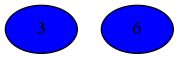
This is Compiler/1iGraph.png from mbajaj92/Project-Astoria, a Graphviz export, as it was before one commit. Its source is kept beside it as Compiler/1iGraph.dot.
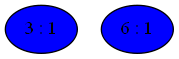
Later version of the same file.

Change to the diagram source:
```diff
@@ -1,4 +1,4 @@
 strict graph {
-3[label="3" style=filled fillcolor="blue1"];
-6[label="6" style=filled fillcolor="blue1"];
+3[label="3 : 1" style=filled fillcolor="blue1"];
+6[label="6 : 1" style=filled fillcolor="blue1"];
 }
```
